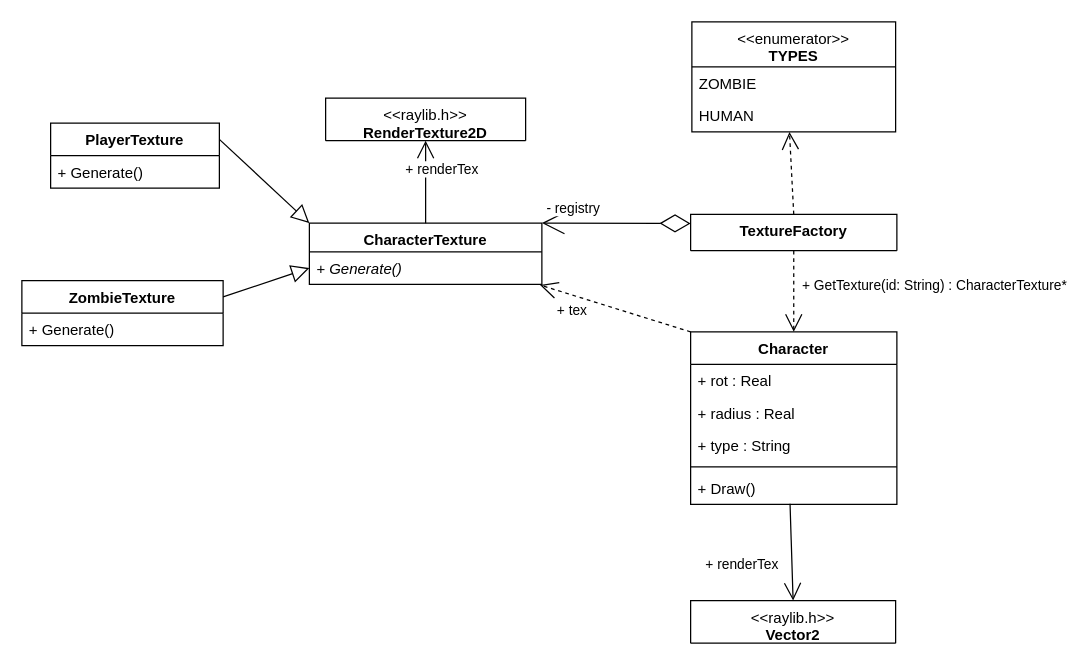
The draw.io diagram lab 2 - Flyweight/Fadulla.drawio in solovozer/-2, before the edit. Source tidied: cells renumbered, new cells numbered last; positions are measured from the earlier drawing's top-left corner, leaving out a move shared by most shapes. Both pictures are drawn from the tidied source at 125%, with x=0, y=0 at pixel (21, 21).
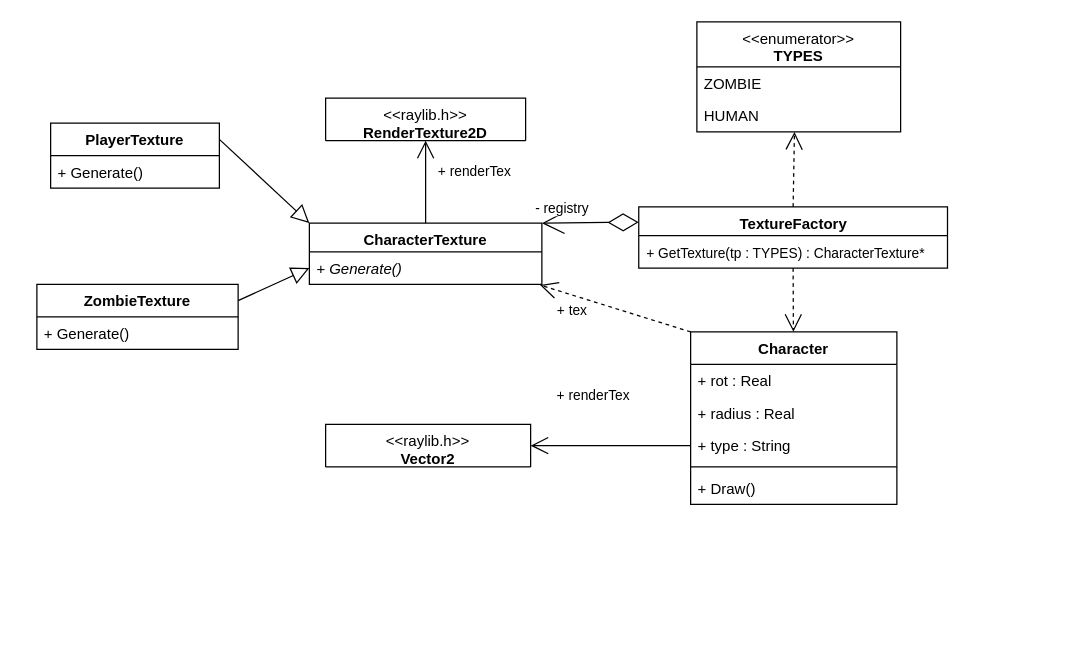
Above is the later version.

The change refers to these unchanged cells:
```xml
<mxCell id="2" value="CharacterTexture" style="swimlane;fontStyle=1;align=center;verticalAlign=top;horizontal=1;startSize=23;whiteSpace=wrap;html=1;" parent="1" vertex="1">
  <mxGeometry x="230" y="161" width="186" height="49" as="geometry" />
</mxCell>
<mxCell id="12" value="+ type : String" style="text;strokeColor=none;fillColor=none;align=left;verticalAlign=top;spacingLeft=4;spacingRight=4;overflow=hidden;points=[[0,0.5],[1,0.5]];portConstraint=eastwest;whiteSpace=wrap;html=1;" parent="9" vertex="1">
  <mxGeometry y="78" width="165" height="26" as="geometry" />
</mxCell>
<mxCell id="14" value="+ Draw()" style="text;strokeColor=none;fillColor=none;align=left;verticalAlign=top;spacingLeft=4;spacingRight=4;overflow=hidden;points=[[0,0.5],[1,0.5]];portConstraint=eastwest;whiteSpace=wrap;html=1;" parent="9" vertex="1">
  <mxGeometry y="112" width="165" height="26" as="geometry" />
</mxCell>
<mxCell id="15" value="&lt;div&gt;&lt;span style=&quot;font-weight: 400;&quot;&gt;&amp;lt;&amp;lt;raylib.h&amp;gt;&amp;gt;&lt;/span&gt;&lt;/div&gt;RenderTexture2D" style="swimlane;fontStyle=1;align=center;verticalAlign=top;horizontal=1;startSize=34;whiteSpace=wrap;html=1;" parent="1" vertex="1">
  <mxGeometry x="243" y="61" width="160" height="34" as="geometry" />
</mxCell>
<mxCell id="20" style="endArrow=open;endSize=12;dashed=1;html=1;rounded=0;exitX=0.5;exitY=1;exitDx=0;exitDy=0;" parent="1" edge="1" source="8" target="9">
  <mxGeometry x="0.56" y="-11" relative="1" as="geometry" />
</mxCell>
```

The edit, as a diff of the source:
```diff
@@
     <mxCell id="4" value="ZombieTexture" style="swimlane;fontStyle=1;align=center;verticalAlign=top;horizontal=1;startSize=26;whiteSpace=wrap;html=1;" parent="1" vertex="1">
-      <mxGeometry y="207" width="161" height="52" as="geometry" />
+      <mxGeometry x="12" y="210" width="161" height="52" as="geometry" />
     </mxCell>
@@
-    <mxCell id="8" value="TextureFactory" style="swimlane;fontStyle=1;align=center;verticalAlign=top;horizontal=1;startSize=52;whiteSpace=wrap;html=1;" parent="1" vertex="1">
-      <mxGeometry x="535" y="154" width="165" height="29" as="geometry" />
+    <mxCell id="8" value="TextureFactory" style="swimlane;fontStyle=1;align=center;verticalAlign=top;horizontal=1;startSize=23;whiteSpace=wrap;html=1;" parent="1" vertex="1">
+      <mxGeometry x="493.5" y="148" width="247" height="49" as="geometry" />
     </mxCell>
+    <mxCell id="30" value="&lt;span style=&quot;font-size: 11px; text-align: center; text-wrap-mode: nowrap; background-color: rgb(255, 255, 255);&quot;&gt;+ GetTexture(tp : TYPES) : CharacterTexture*&lt;/span&gt;" style="text;strokeColor=none;fillColor=none;align=left;verticalAlign=top;spacingLeft=4;spacingRight=4;overflow=hidden;whiteSpace=wrap;html=1;" parent="8" vertex="1">
+      <mxGeometry y="23" width="247" height="26" as="geometry" />
+    </mxCell>
@@
     <mxCell id="16" value="+ renderTex" style="endArrow=open;endSize=12;html=1;rounded=0;exitX=0.5;exitY=0;exitDx=0;exitDy=0;entryX=0.5;entryY=1;entryDx=0;entryDy=0;" parent="1" edge="1" source="2" target="15">
-      <mxGeometry x="0.29" y="-13" relative="1" as="geometry" />
+      <mxGeometry x="0.24" y="-39" relative="1" as="geometry" />
     </mxCell>
@@
-    <mxCell id="21" value="+ GetTexture(id: String) : CharacterTexture*" style="edgeLabel;html=1;align=center;verticalAlign=middle;" parent="20" vertex="1">
-      <mxGeometry x="-0.05" y="-2" relative="1" as="geometry">
-        <mxPoint x="114" y="-4" as="offset" />
-      </mxGeometry>
-    </mxCell>
     <mxCell id="22" value="&lt;div&gt;&lt;span style=&quot;font-weight: 400;&quot;&gt;&amp;lt;&amp;lt;enumerator&amp;gt;&amp;gt;&lt;/span&gt;&lt;/div&gt;TYPES" style="swimlane;fontStyle=1;align=center;verticalAlign=top;horizontal=1;startSize=36;whiteSpace=wrap;html=1;" parent="1" vertex="1">
-      <mxGeometry x="536" width="163" height="88" as="geometry" />
+      <mxGeometry x="540" width="163" height="88" as="geometry" />
     </mxCell>
@@
     <mxCell id="26" value="&lt;div&gt;&lt;span style=&quot;font-weight: 400;&quot;&gt;&amp;lt;&amp;lt;raylib.h&amp;gt;&amp;gt;&lt;/span&gt;&lt;/div&gt;Vector2" style="swimlane;fontStyle=1;align=center;verticalAlign=top;horizontal=1;startSize=34;whiteSpace=wrap;html=1;" parent="1" vertex="1">
-      <mxGeometry x="535" y="463" width="164" height="34" as="geometry" />
+      <mxGeometry x="243" y="322" width="164" height="34" as="geometry" />
     </mxCell>
-    <mxCell id="27" value="+ renderTex" style="endArrow=open;endSize=12;html=1;rounded=0;exitX=0.482;exitY=0.984;exitDx=0;exitDy=0;entryX=0.5;entryY=0;entryDx=0;entryDy=0;exitPerimeter=0;" parent="1" edge="1" source="14" target="26">
+    <mxCell id="27" value="+ renderTex" style="endArrow=open;endSize=12;html=1;rounded=0;exitX=0;exitY=0.5;exitDx=0;exitDy=0;entryX=1;entryY=0.5;entryDx=0;entryDy=0;" parent="1" edge="1" source="12" target="26">
       <mxGeometry x="0.22" y="-40" relative="1" as="geometry" />
     </mxCell>
```
